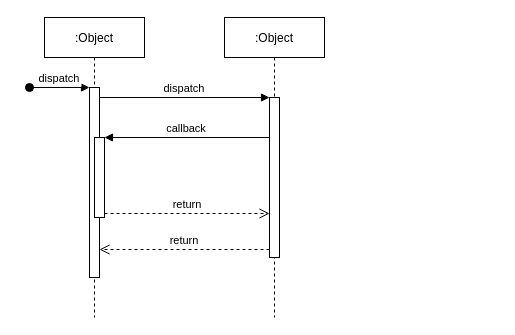
The draw.io diagram flutter/Untitled Diagram.drawio in yunnywu/diagrams, before the edit. Source tidied: cells renumbered, new cells numbered last; positions are measured from the earlier drawing's top-left corner, leaving out a move shared by most shapes. Both pictures are drawn from the tidied source at 100%, with x=0, y=0 at pixel (29, 17).
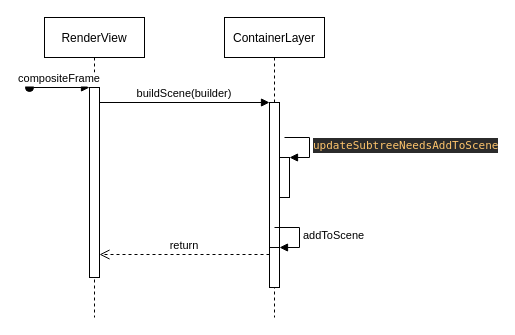
After the change.

What changed in the source:
```diff
@@
 <mxGraphModel>
   <root>
     <mxCell id="0" />
     <mxCell id="1" parent="0" />
-    <mxCell id="2" value=":Object" style="shape=umlLifeline;perimeter=lifelinePerimeter;rounded=0;shadow=0;strokeWidth=1;" parent="1" vertex="1">
+    <mxCell id="2" value="RenderView" style="shape=umlLifeline;perimeter=lifelinePerimeter;rounded=0;shadow=0;strokeWidth=1;" parent="1" vertex="1">
       <mxGeometry x="15" width="100" height="300" as="geometry" />
     </mxCell>
     <mxCell id="3" style="points=[];perimeter=orthogonalPerimeter;rounded=0;shadow=0;strokeWidth=1;" parent="2" vertex="1">
       <mxGeometry x="45" y="70" width="10" height="190" as="geometry" />
     </mxCell>
-    <mxCell id="4" value="dispatch" style="verticalAlign=bottom;startArrow=oval;endArrow=block;startSize=8;shadow=0;strokeWidth=1;" parent="2" edge="1" target="3">
+    <mxCell id="4" value="compositeFrame" style="verticalAlign=bottom;startArrow=oval;endArrow=block;startSize=8;shadow=0;strokeWidth=1;" parent="2" edge="1" target="3">
       <mxGeometry relative="1" as="geometry">
         <mxPoint x="-15" y="70" as="sourcePoint" />
       </mxGeometry>
     </mxCell>
-    <mxCell id="5" style="points=[];perimeter=orthogonalPerimeter;rounded=0;shadow=0;strokeWidth=1;" parent="2" vertex="1">
-      <mxGeometry x="50" y="120" width="10" height="80" as="geometry" />
-    </mxCell>
-    <mxCell id="6" value=":Object" style="shape=umlLifeline;perimeter=lifelinePerimeter;rounded=0;shadow=0;strokeWidth=1;" parent="1" vertex="1">
+    <mxCell id="6" value="ContainerLayer" style="shape=umlLifeline;perimeter=lifelinePerimeter;rounded=0;shadow=0;strokeWidth=1;" parent="1" vertex="1">
       <mxGeometry x="195" width="100" height="300" as="geometry" />
     </mxCell>
     <mxCell id="7" style="points=[];perimeter=orthogonalPerimeter;rounded=0;shadow=0;strokeWidth=1;" parent="6" vertex="1">
-      <mxGeometry x="45" y="80" width="10" height="160" as="geometry" />
+      <mxGeometry x="45" y="85" width="10" height="160" as="geometry" />
     </mxCell>
+    <mxCell id="12" style="html=1;points=[];perimeter=orthogonalPerimeter;" parent="6" vertex="1">
+      <mxGeometry x="55" y="140" width="10" height="40" as="geometry" />
+    </mxCell>
+    <mxCell id="13" value="&lt;pre style=&quot;background-color: rgb(43 , 43 , 43)&quot;&gt;&lt;font color=&quot;#ffc66d&quot; face=&quot;menlo, monospace&quot;&gt;updateSubtreeNeedsAddToScene&lt;/font&gt;&lt;font color=&quot;#a9b7c6&quot; face=&quot;menlo, monospace&quot;&gt;&lt;span style=&quot;font-size: 9pt&quot;&gt;&lt;br&gt;&lt;/span&gt;&lt;/font&gt;&lt;/pre&gt;" style="edgeStyle=orthogonalEdgeStyle;html=1;align=left;spacingLeft=2;endArrow=block;rounded=0;entryX=1;entryY=0;" parent="6" edge="1" target="12">
+      <mxGeometry relative="1" as="geometry">
+        <mxPoint x="60" y="120" as="sourcePoint" />
+        <Array as="points">
+          <mxPoint x="85" y="120" />
+        </Array>
+      </mxGeometry>
+    </mxCell>
+    <mxCell id="14" style="html=1;points=[];perimeter=orthogonalPerimeter;" parent="6" vertex="1">
+      <mxGeometry x="45" y="230" width="10" height="40" as="geometry" />
+    </mxCell>
+    <mxCell id="15" value="addToScene&lt;br&gt;" style="edgeStyle=orthogonalEdgeStyle;html=1;align=left;spacingLeft=2;endArrow=block;rounded=0;entryX=1;entryY=0;" parent="6" edge="1" target="14">
+      <mxGeometry relative="1" as="geometry">
+        <mxPoint x="50" y="210" as="sourcePoint" />
+        <Array as="points">
+          <mxPoint x="75" y="210" />
+        </Array>
+      </mxGeometry>
+    </mxCell>
     <mxCell id="8" value="return" style="verticalAlign=bottom;endArrow=open;dashed=1;endSize=8;exitX=0;exitY=0.95;shadow=0;strokeWidth=1;" parent="1" edge="1" source="7" target="3">
       <mxGeometry relative="1" as="geometry" />
     </mxCell>
-    <mxCell id="9" value="dispatch" style="verticalAlign=bottom;endArrow=block;entryX=0;entryY=0;shadow=0;strokeWidth=1;" parent="1" edge="1" source="3" target="7">
+    <mxCell id="9" value="buildScene(builder)" style="verticalAlign=bottom;endArrow=block;entryX=0;entryY=0;shadow=0;strokeWidth=1;" parent="1" edge="1" source="3" target="7">
       <mxGeometry relative="1" as="geometry" />
     </mxCell>
-    <mxCell id="10" value="callback" style="verticalAlign=bottom;endArrow=block;entryX=1;entryY=0;shadow=0;strokeWidth=1;" parent="1" edge="1" source="7" target="5">
-      <mxGeometry relative="1" as="geometry" />
-    </mxCell>
-    <mxCell id="11" value="return" style="verticalAlign=bottom;endArrow=open;dashed=1;endSize=8;exitX=1;exitY=0.95;shadow=0;strokeWidth=1;" parent="1" edge="1" source="5" target="7">
-      <mxGeometry relative="1" as="geometry" />
-    </mxCell>
   </root>
 </mxGraphModel>
```
